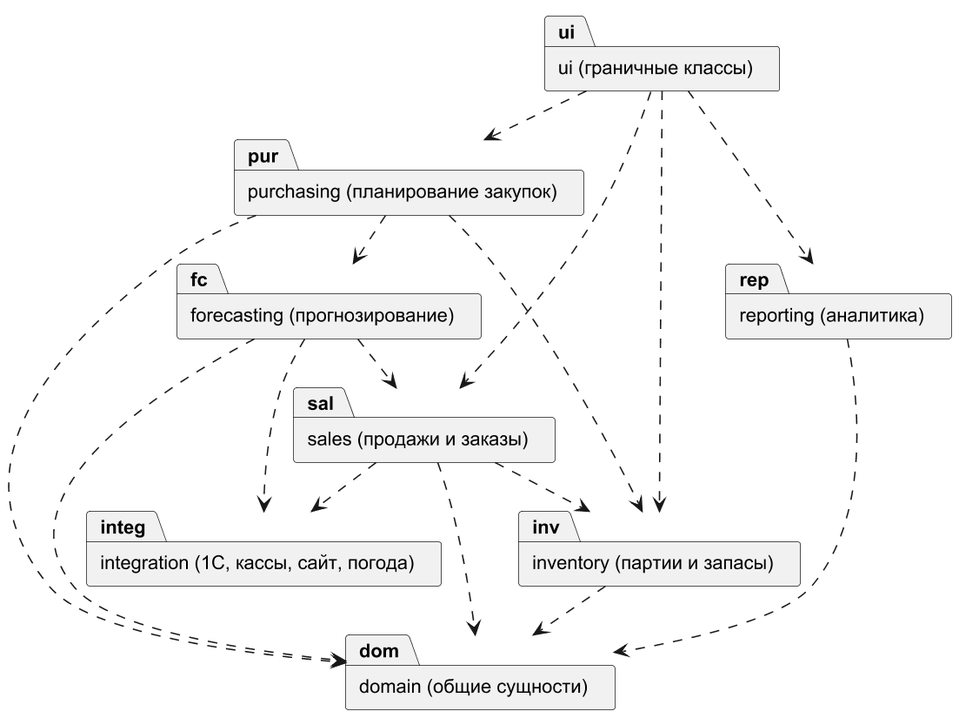
This is diagrams/uml_packages.png from DarkSwordman999/flower-demand-planning, a PlantUML export, as it was before one commit.
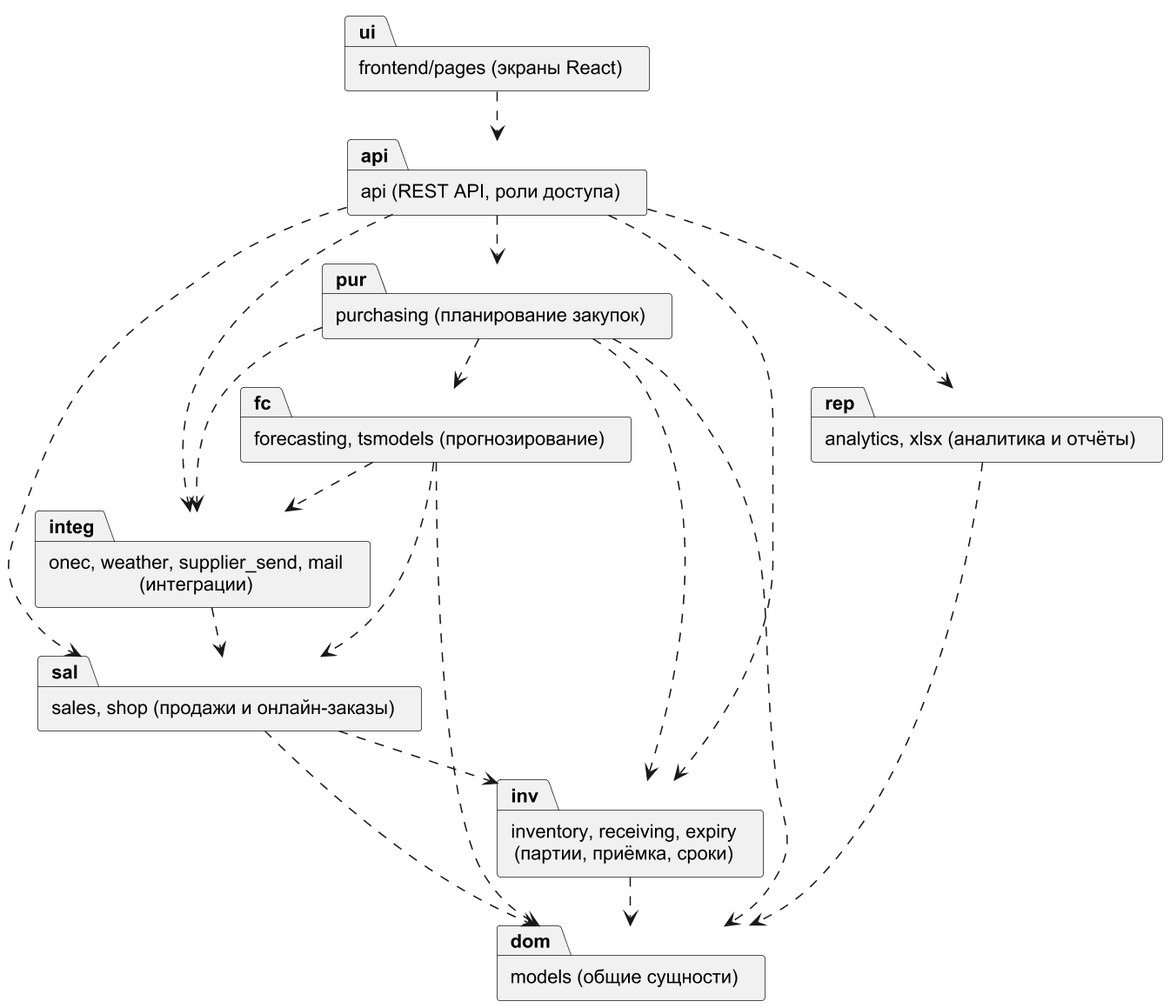
The same file after the commit.

Diff of the diagram source:
```diff
@@ -4,24 +4,28 @@
 skinparam defaultFontName Arial
 skinparam shadowing false
 skinparam monochrome true
-package "ui (граничные классы)" as ui
+package "frontend/pages (экраны React)" as ui
+package "api (REST API, роли доступа)" as api
 package "purchasing (планирование закупок)" as pur
-package "inventory (партии и запасы)" as inv
-package "sales (продажи и заказы)" as sal
-package "forecasting (прогнозирование)" as fc
-package "integration (1С, кассы, сайт, погода)" as integ
-package "reporting (аналитика)" as rep
-package "domain (общие сущности)" as dom
-ui ..> pur
-ui ..> inv
-ui ..> sal
-ui ..> rep
+package "inventory, receiving, expiry\n(партии, приёмка, сроки)" as inv
+package "sales, shop (продажи и онлайн-заказы)" as sal
+package "forecasting, tsmodels (прогнозирование)" as fc
+package "onec, weather, supplier_send, mail\n(интеграции)" as integ
+package "analytics, xlsx (аналитика и отчёты)" as rep
+package "models (общие сущности)" as dom
+ui ..> api
+api ..> pur
+api ..> inv
+api ..> sal
+api ..> rep
+api ..> integ
 pur ..> fc
 pur ..> inv
+pur ..> integ
 sal ..> inv
 fc ..> sal
-sal ..> integ
 fc ..> integ
+integ ..> sal
 pur ..> dom
 inv ..> dom
 sal ..> dom
```
